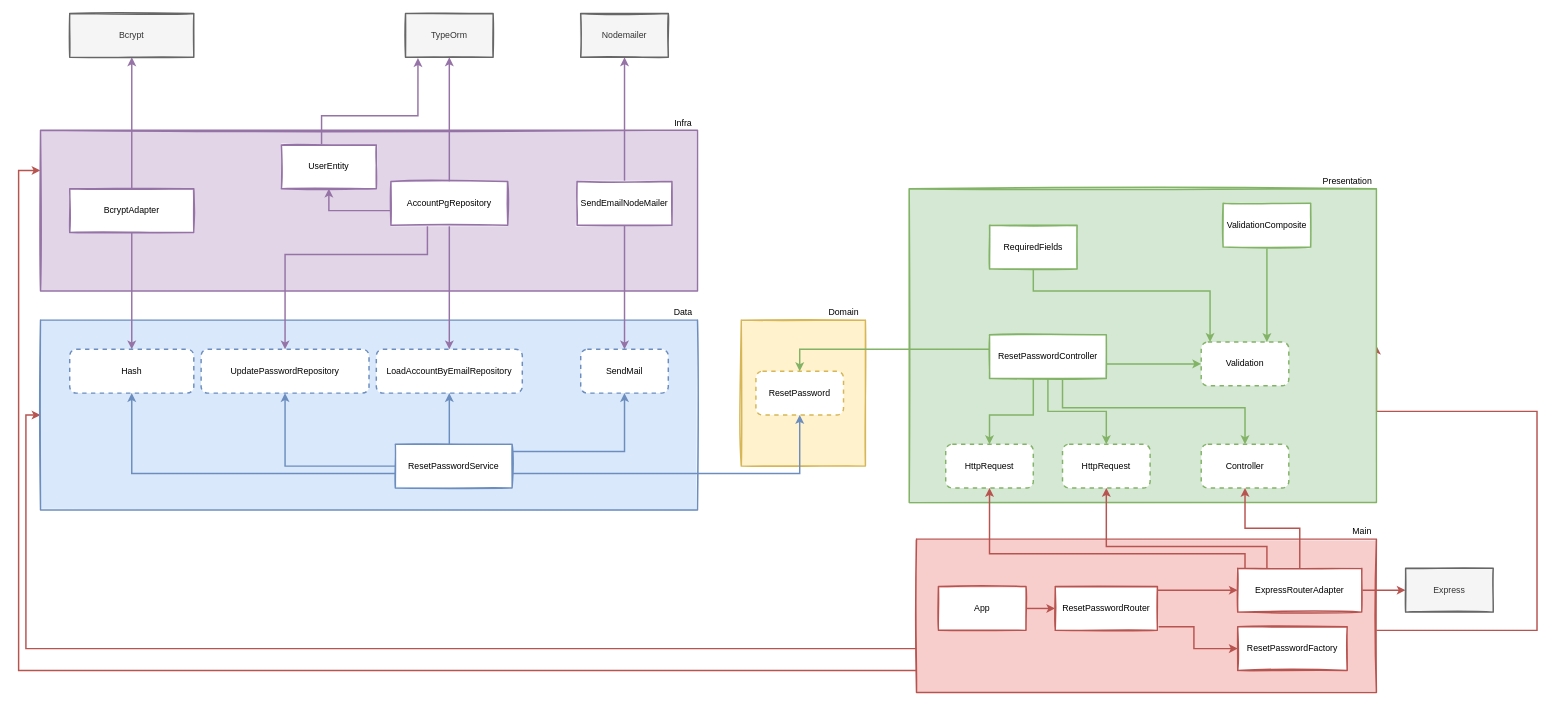
Earlier version of the draw.io diagram docs/users/reset-password.drawio (cvieira850/initial_project). Source tidied: cells renumbered, new cells numbered last; positions are measured from the earlier drawing's top-left corner, leaving out a move shared by most shapes. Both pictures are drawn from the tidied source at 73%, with x=0, y=0 at pixel (18, 13).
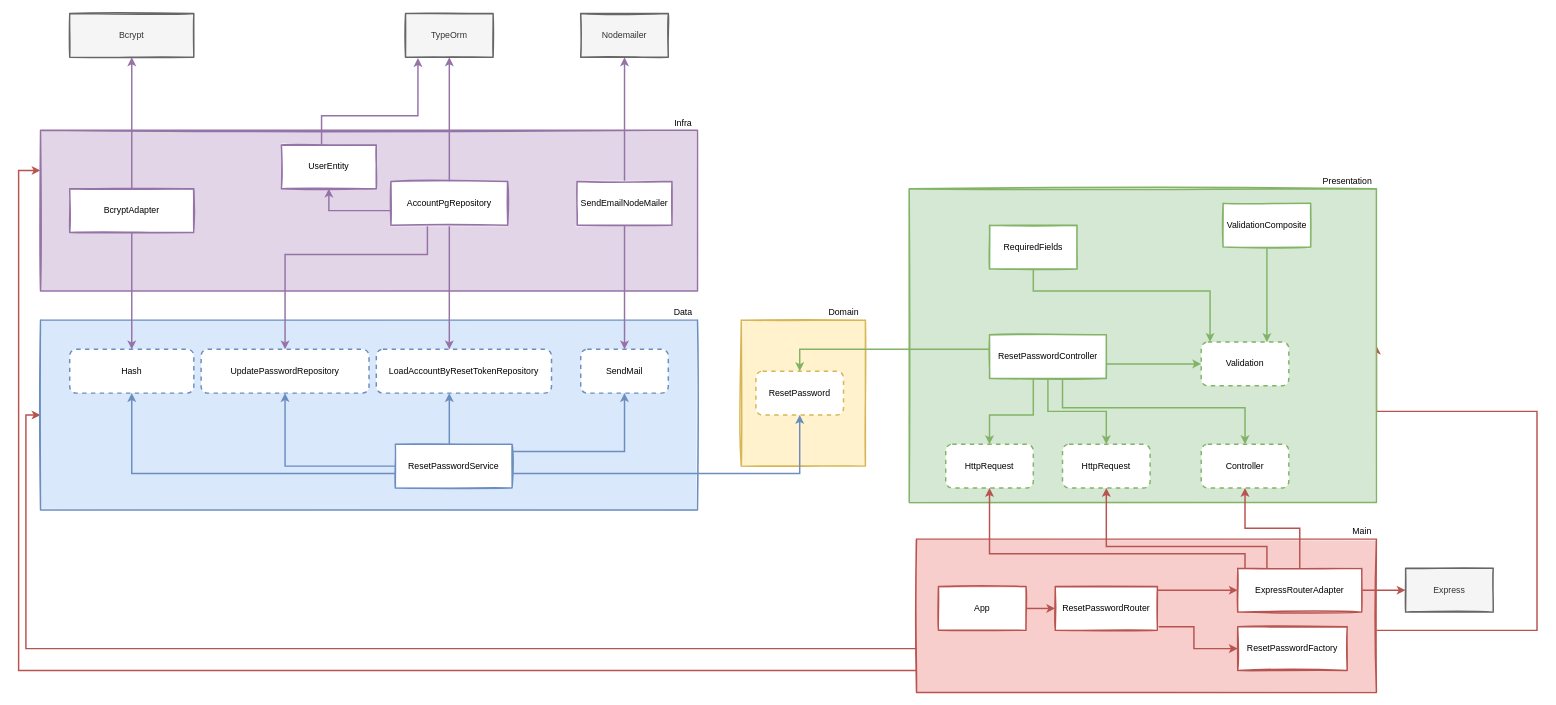
The same diagram, later.

Commit message (it also covers changes not shown here):
feat: ensure ResetPasswordService call LoadAccountByResetTokenRepository with correct values

Change to the diagram source:
```diff
@@
-    <mxCell id="40" value="LoadAccountByEmailRepository" style="rounded=1;whiteSpace=wrap;html=1;shadow=0;glass=0;sketch=0;strokeWidth=2;strokeColor=#6c8ebf;fillColor=#FFFFFF;dashed=1;" parent="1" vertex="1">
-      <mxGeometry x="490" y="460" width="200" height="60" as="geometry" />
+    <mxCell id="40" value="LoadAccountByResetTokenRepository" style="rounded=1;whiteSpace=wrap;html=1;shadow=0;glass=0;sketch=0;strokeWidth=2;strokeColor=#6c8ebf;fillColor=#FFFFFF;dashed=1;" parent="1" vertex="1">
+      <mxGeometry x="490" y="460" width="240" height="60" as="geometry" />
     </mxCell>
```
